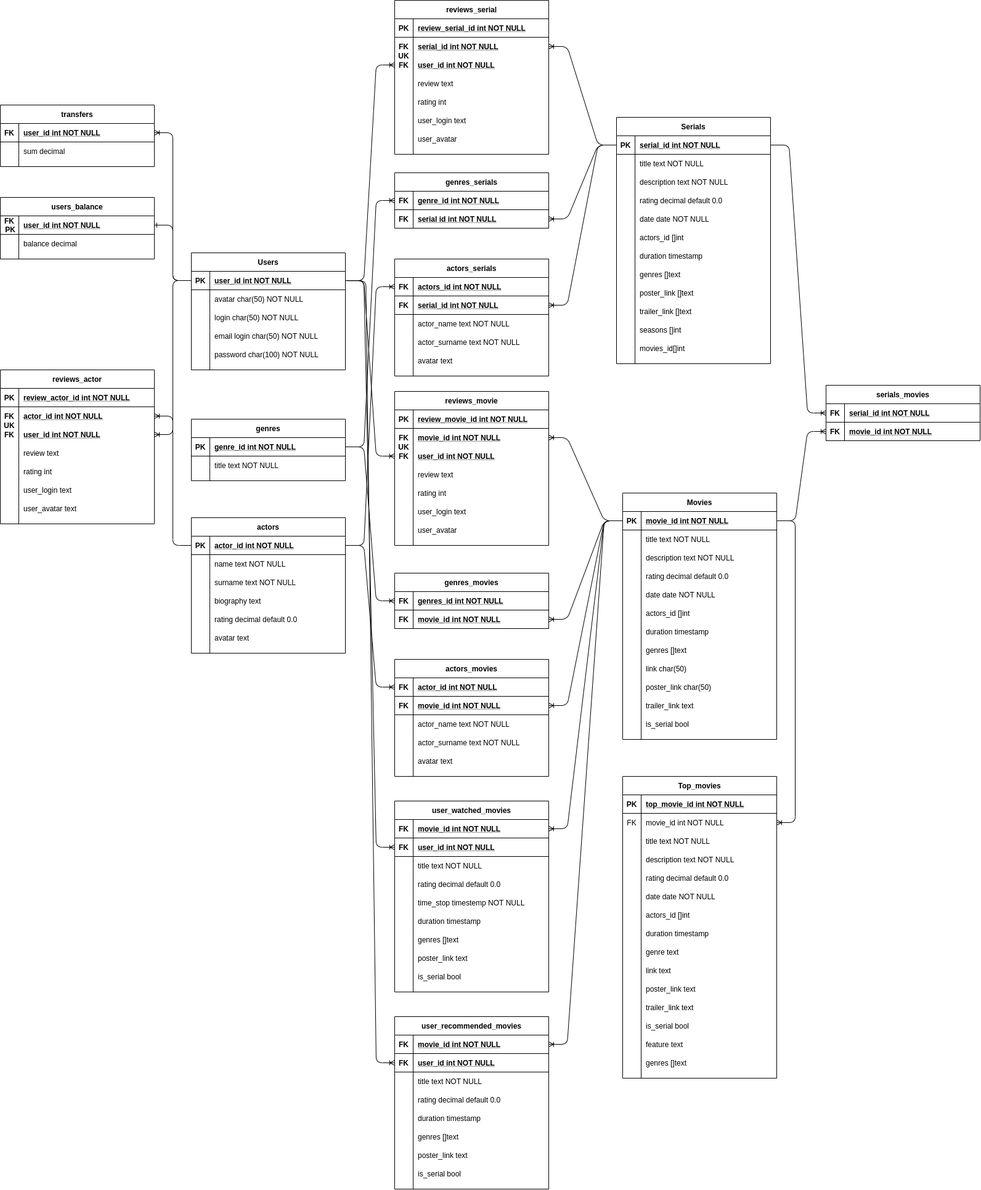
Above: schema.png in eprokofyev/highload_coursework (draw.io), before the change. Source tidied: cells renumbered, new cells last; positions are measured from the earlier drawing's top-left corner, leaving out a move shared by most shapes.
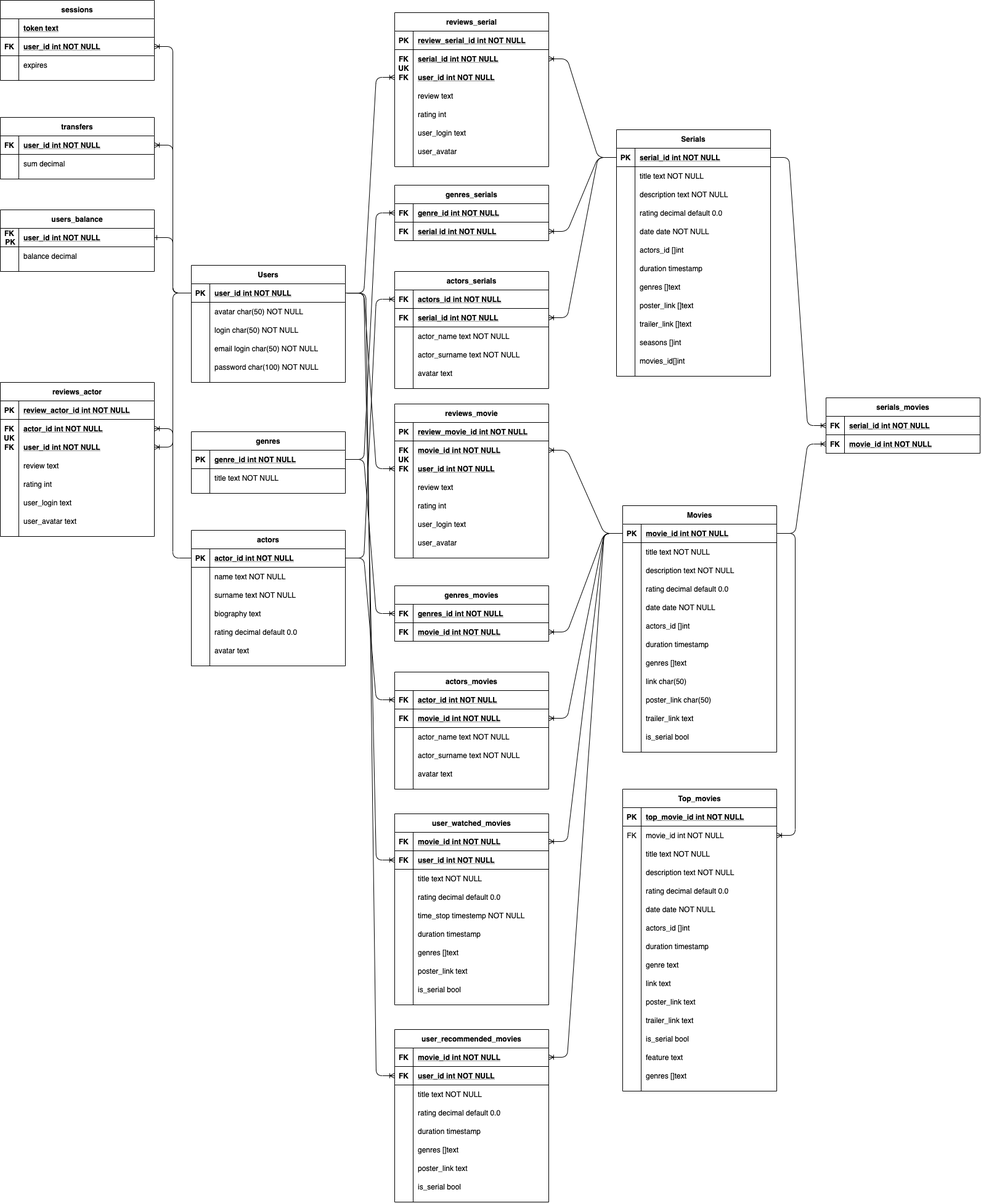
After the commit.

Commit message:
добавил redis

Diff of the diagram source:
```diff
@@ -1126,5 +1126,38 @@
         <mxPoint x="1260" y="845" as="sourcePoint" />
       </mxGeometry>
     </mxCell>
+    <mxCell id="376" value="sessions" style="shape=table;startSize=30;rowLines=0;fontStyle=1;align=center;" parent="1" vertex="1">
+      <mxGeometry y="-20" width="250" height="130" as="geometry" />
+    </mxCell>
+    <mxCell id="377" style="shape=partialRectangle;fillColor=none;top=0;left=0;right=0;bottom=1;" parent="376" vertex="1">
+      <mxGeometry y="30" width="250" height="30" as="geometry" />
+    </mxCell>
+    <mxCell id="378" style="shape=partialRectangle;overflow=hidden;fillColor=none;top=0;left=0;bottom=0;right=0;fontStyle=1;" parent="377" vertex="1">
+      <mxGeometry width="30" height="30" as="geometry" />
+    </mxCell>
+    <mxCell id="379" value="token text" style="shape=partialRectangle;overflow=hidden;fillColor=none;top=0;left=0;bottom=0;right=0;align=left;spacingLeft=6;fontStyle=5;" parent="377" vertex="1">
+      <mxGeometry x="30" width="220" height="30" as="geometry" />
+    </mxCell>
+    <mxCell id="380" style="shape=partialRectangle;fillColor=none;points=[[0,0.5],[1,0.5]];portConstraint=eastwest;top=0;left=0;right=0;bottom=1;" parent="376" vertex="1">
+      <mxGeometry y="60" width="250" height="30" as="geometry" />
+    </mxCell>
+    <mxCell id="381" value="FK" style="shape=partialRectangle;overflow=hidden;fillColor=none;top=0;left=0;bottom=0;right=0;fontStyle=1;" parent="380" vertex="1">
+      <mxGeometry width="30" height="30" as="geometry" />
+    </mxCell>
+    <mxCell id="382" value="user_id int NOT NULL" style="shape=partialRectangle;overflow=hidden;fillColor=none;top=0;left=0;bottom=0;right=0;align=left;spacingLeft=6;fontStyle=5;" parent="380" vertex="1">
+      <mxGeometry x="30" width="220" height="30" as="geometry" />
+    </mxCell>
+    <mxCell id="383" style="shape=partialRectangle;fillColor=none;top=0;left=0;right=0;bottom=0;" parent="376" vertex="1">
+      <mxGeometry y="90" width="250" height="30" as="geometry" />
+    </mxCell>
+    <mxCell id="384" style="shape=partialRectangle;overflow=hidden;fillColor=none;top=0;left=0;bottom=0;right=0;" parent="383" vertex="1">
+      <mxGeometry width="30" height="30" as="geometry" />
+    </mxCell>
+    <mxCell id="385" value="expires" style="shape=partialRectangle;overflow=hidden;fillColor=none;top=0;left=0;bottom=0;right=0;align=left;spacingLeft=6;" parent="383" vertex="1">
+      <mxGeometry x="30" width="220" height="30" as="geometry" />
+    </mxCell>
+    <mxCell id="386" style="edgeStyle=entityRelationEdgeStyle;fontSize=12;html=1;endArrow=ERoneToMany;exitX=0;exitY=0.5;exitDx=0;exitDy=0;entryX=1;entryY=0.5;entryDx=0;entryDy=0;" parent="1" edge="1" source="3" target="380">
+      <mxGeometry relative="1" as="geometry" />
+    </mxCell>
   </root>
 </mxGraphModel>
```
